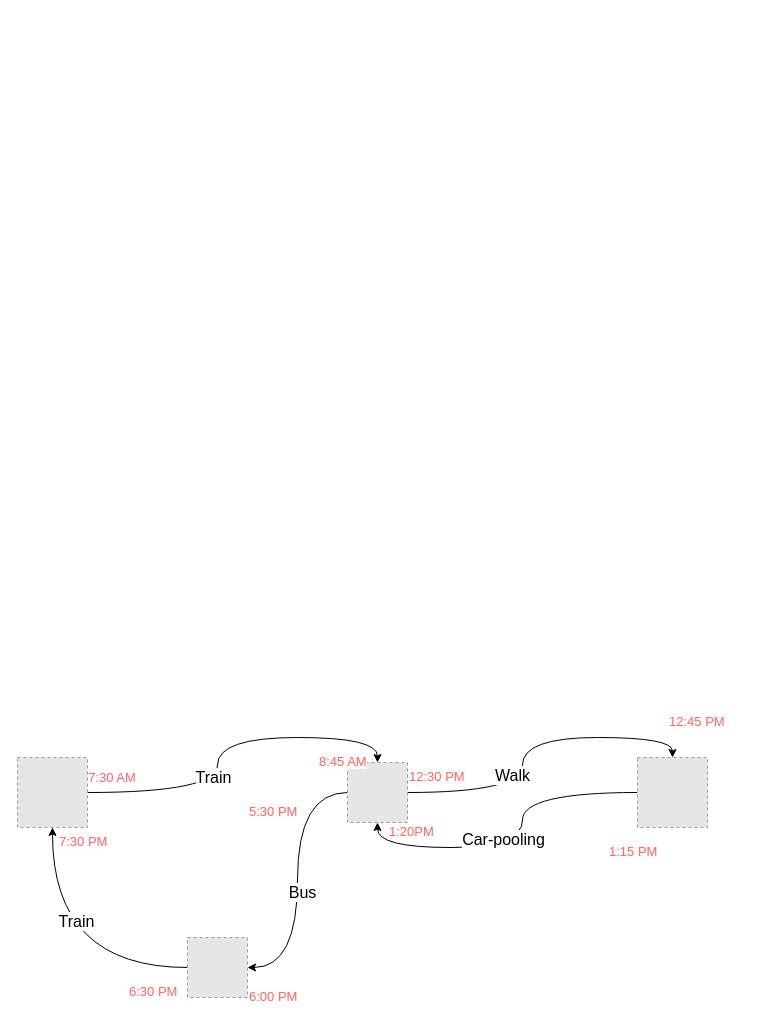
The draw.io diagram simple_BN_learn/ABM_example.drawio in bobkatla/PopSyn_Monash, before the edit. Source tidied: cells renumbered, new cells numbered last; positions are measured from the earlier drawing's top-left corner, leaving out a move shared by most shapes. Both pictures are drawn from the tidied source at 100%, with x=0, y=0 at pixel (17, 707). Pictures stored in the file or linked from it are replaced by grey dashed boxes.
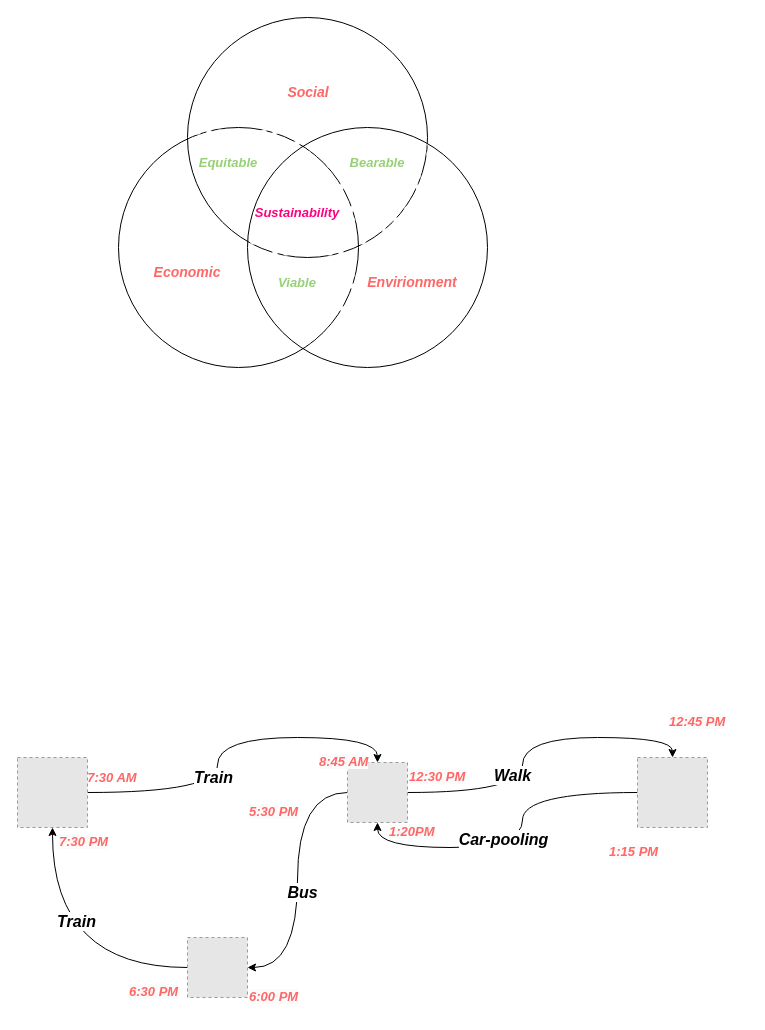
The same page after the edit.

Change to the diagram source:
```diff
@@
-    <mxCell id="2" style="edgeStyle=orthogonalEdgeStyle;jettySize=auto;html=1;entryX=0.5;entryY=0;entryDx=0;entryDy=0;curved=1;" parent="1" edge="1" source="4" target="9">
+    <mxCell id="2" style="edgeStyle=orthogonalEdgeStyle;jettySize=auto;html=1;entryX=0.5;entryY=0;entryDx=0;entryDy=0;curved=1;fontStyle=3;" parent="1" edge="1" source="4" target="9">
       <mxGeometry relative="1" as="geometry" />
     </mxCell>
-    <mxCell id="3" value="&lt;font style=&quot;font-size: 16px;&quot;&gt;Train&lt;/font&gt;" style="edgeLabel;html=1;align=center;verticalAlign=middle;" parent="2" vertex="1">
+    <mxCell id="3" value="&lt;font style=&quot;font-size: 16px;&quot;&gt;Train&lt;/font&gt;" style="edgeLabel;html=1;align=center;verticalAlign=middle;fontStyle=3;" parent="2" vertex="1">
       <mxGeometry x="-0.21" y="5" relative="1" as="geometry" />
     </mxCell>
-    <mxCell id="4" style="fillColor=#E6E6E6;strokeColor=#999999;dashed=1;html=1;verticalAlign=top;verticalLabelPosition=bottom;labelBackgroundColor=#ffffff;" parent="1" vertex="1">
+    <mxCell id="4" style="fillColor=#E6E6E6;strokeColor=#999999;dashed=1;html=1;verticalAlign=top;verticalLabelPosition=bottom;labelBackgroundColor=#ffffff;fontStyle=3;" parent="1" vertex="1">
       <mxGeometry y="50" width="70" height="70" as="geometry" />
     </mxCell>
-    <mxCell id="5" style="edgeStyle=orthogonalEdgeStyle;jettySize=auto;html=1;entryX=0.5;entryY=0;entryDx=0;entryDy=0;curved=1;" parent="1" edge="1" source="9" target="15">
+    <mxCell id="5" style="edgeStyle=orthogonalEdgeStyle;jettySize=auto;html=1;entryX=0.5;entryY=0;entryDx=0;entryDy=0;curved=1;fontStyle=3;" parent="1" edge="1" source="9" target="15">
       <mxGeometry relative="1" as="geometry" />
     </mxCell>
-    <mxCell id="6" value="&lt;font style=&quot;font-size: 16px;&quot;&gt;Walk&lt;/font&gt;" style="edgeLabel;html=1;align=center;verticalAlign=middle;" parent="5" vertex="1">
+    <mxCell id="6" value="&lt;font style=&quot;font-size: 16px;&quot;&gt;Walk&lt;/font&gt;" style="edgeLabel;html=1;align=center;verticalAlign=middle;fontStyle=3;" parent="5" vertex="1">
       <mxGeometry x="-0.22" y="11" relative="1" as="geometry" />
     </mxCell>
-    <mxCell id="7" style="edgeStyle=orthogonalEdgeStyle;jettySize=auto;html=1;entryX=1;entryY=0.5;entryDx=0;entryDy=0;curved=1;" parent="1" edge="1" source="9" target="12">
+    <mxCell id="7" style="edgeStyle=orthogonalEdgeStyle;jettySize=auto;html=1;entryX=1;entryY=0.5;entryDx=0;entryDy=0;curved=1;fontStyle=3;" parent="1" edge="1" source="9" target="12">
       <mxGeometry relative="1" as="geometry" />
     </mxCell>
-    <mxCell id="8" value="&lt;font style=&quot;font-size: 16px;&quot;&gt;Bus&lt;/font&gt;" style="edgeLabel;html=1;align=center;verticalAlign=middle;" parent="7" vertex="1">
+    <mxCell id="8" value="&lt;font style=&quot;font-size: 16px;&quot;&gt;Bus&lt;/font&gt;" style="edgeLabel;html=1;align=center;verticalAlign=middle;fontStyle=3;" parent="7" vertex="1">
       <mxGeometry x="0.08" y="4" relative="1" as="geometry" />
     </mxCell>
-    <mxCell id="9" style="fillColor=#E6E6E6;strokeColor=#999999;dashed=1;html=1;verticalAlign=top;verticalLabelPosition=bottom;labelBackgroundColor=#ffffff;" parent="1" vertex="1">
+    <mxCell id="9" style="fillColor=#E6E6E6;strokeColor=#999999;dashed=1;html=1;verticalAlign=top;verticalLabelPosition=bottom;labelBackgroundColor=#ffffff;fontStyle=3;" parent="1" vertex="1">
       <mxGeometry x="330" y="55" width="60" height="60" as="geometry" />
     </mxCell>
-    <mxCell id="10" style="edgeStyle=orthogonalEdgeStyle;jettySize=auto;html=1;entryX=0.5;entryY=1;entryDx=0;entryDy=0;curved=1;" parent="1" edge="1" source="12" target="4">
+    <mxCell id="10" style="edgeStyle=orthogonalEdgeStyle;jettySize=auto;html=1;entryX=0.5;entryY=1;entryDx=0;entryDy=0;curved=1;fontStyle=3;" parent="1" edge="1" source="12" target="4">
       <mxGeometry relative="1" as="geometry" />
     </mxCell>
-    <mxCell id="11" value="&lt;font style=&quot;font-size: 16px;&quot;&gt;Train&lt;/font&gt;" style="edgeLabel;html=1;align=center;verticalAlign=middle;" parent="10" vertex="1">
+    <mxCell id="11" value="&lt;font style=&quot;font-size: 16px;&quot;&gt;Train&lt;/font&gt;" style="edgeLabel;html=1;align=center;verticalAlign=middle;fontStyle=3;" parent="10" vertex="1">
       <mxGeometry x="0.32" y="-23" relative="1" as="geometry" />
     </mxCell>
-    <mxCell id="12" style="fillColor=#E6E6E6;strokeColor=#999999;dashed=1;html=1;verticalAlign=top;verticalLabelPosition=bottom;labelBackgroundColor=#ffffff;" parent="1" vertex="1">
+    <mxCell id="12" style="fillColor=#E6E6E6;strokeColor=#999999;dashed=1;html=1;verticalAlign=top;verticalLabelPosition=bottom;labelBackgroundColor=#ffffff;fontStyle=3;" parent="1" vertex="1">
       <mxGeometry x="170" y="230" width="60" height="60" as="geometry" />
     </mxCell>
-    <mxCell id="13" style="edgeStyle=orthogonalEdgeStyle;jettySize=auto;html=1;entryX=0.5;entryY=1;entryDx=0;entryDy=0;curved=1;" parent="1" edge="1" source="15" target="9">
+    <mxCell id="13" style="edgeStyle=orthogonalEdgeStyle;jettySize=auto;html=1;entryX=0.5;entryY=1;entryDx=0;entryDy=0;curved=1;fontStyle=3;" parent="1" edge="1" source="15" target="9">
       <mxGeometry relative="1" as="geometry" />
     </mxCell>
-    <mxCell id="14" value="&lt;font style=&quot;font-size: 16px;&quot;&gt;Car-pooling&lt;/font&gt;" style="edgeLabel;html=1;align=center;verticalAlign=middle;" parent="13" vertex="1">
+    <mxCell id="14" value="&lt;font style=&quot;font-size: 16px;&quot;&gt;Car-pooling&lt;/font&gt;" style="edgeLabel;html=1;align=center;verticalAlign=middle;fontStyle=3;" parent="13" vertex="1">
       <mxGeometry x="0.12" y="-9" relative="1" as="geometry" />
     </mxCell>
-    <mxCell id="15" style="fillColor=#E6E6E6;strokeColor=#999999;dashed=1;html=1;verticalAlign=top;verticalLabelPosition=bottom;labelBackgroundColor=#ffffff;" parent="1" vertex="1">
+    <mxCell id="15" style="fillColor=#E6E6E6;strokeColor=#999999;dashed=1;html=1;verticalAlign=top;verticalLabelPosition=bottom;labelBackgroundColor=#ffffff;fontStyle=3;" parent="1" vertex="1">
       <mxGeometry x="620" y="50" width="70" height="70" as="geometry" />
     </mxCell>
-    <mxCell id="16" value="&lt;font style=&quot;font-size: 13px;&quot; color=&quot;#ff6666&quot;&gt;7:30 AM&lt;/font&gt;" style="text;html=1;strokeColor=none;fillColor=none;align=center;verticalAlign=middle;whiteSpace=wrap;rounded=0;" parent="1" vertex="1">
+    <mxCell id="16" value="&lt;font style=&quot;font-size: 13px;&quot; color=&quot;#ff6666&quot;&gt;7:30 AM&lt;/font&gt;" style="text;html=1;strokeColor=none;fillColor=none;align=center;verticalAlign=middle;whiteSpace=wrap;rounded=0;fontStyle=3;" parent="1" vertex="1">
       <mxGeometry x="50" y="55" width="90" height="30" as="geometry" />
     </mxCell>
-    <mxCell id="17" value="&lt;span style=&quot;color: rgb(255, 102, 102); font-family: Helvetica; font-size: 13px; font-style: normal; font-variant-ligatures: normal; font-variant-caps: normal; font-weight: 400; letter-spacing: normal; orphans: 2; text-align: center; text-indent: 0px; text-transform: none; widows: 2; word-spacing: 0px; -webkit-text-stroke-width: 0px; background-color: rgb(251, 251, 251); text-decoration-thickness: initial; text-decoration-style: initial; text-decoration-color: initial; float: none; display: inline !important;&quot;&gt;8:45 AM&lt;/span&gt;" style="text;whiteSpace=wrap;html=1;" parent="1" vertex="1">
+    <mxCell id="17" value="&lt;span style=&quot;color: rgb(255, 102, 102); font-family: Helvetica; font-size: 13px; font-variant-ligatures: normal; font-variant-caps: normal; letter-spacing: normal; orphans: 2; text-align: center; text-indent: 0px; text-transform: none; widows: 2; word-spacing: 0px; -webkit-text-stroke-width: 0px; background-color: rgb(251, 251, 251); text-decoration-thickness: initial; text-decoration-style: initial; text-decoration-color: initial; float: none; display: inline !important;&quot;&gt;8:45 AM&lt;/span&gt;" style="text;whiteSpace=wrap;html=1;fontStyle=3;" parent="1" vertex="1">
       <mxGeometry x="300" y="40" width="80" height="40" as="geometry" />
     </mxCell>
-    <mxCell id="18" value="&lt;span style=&quot;color: rgb(255, 102, 102); font-family: Helvetica; font-size: 13px; font-style: normal; font-variant-ligatures: normal; font-variant-caps: normal; letter-spacing: normal; orphans: 2; text-align: center; text-indent: 0px; text-transform: none; widows: 2; word-spacing: 0px; -webkit-text-stroke-width: 0px; background-color: rgb(251, 251, 251); text-decoration-thickness: initial; text-decoration-style: initial; text-decoration-color: initial; float: none; display: inline !important; font-weight: normal;&quot;&gt;12:30 PM&lt;/span&gt;" style="text;whiteSpace=wrap;html=1;fontStyle=1;" parent="1" vertex="1">
+    <mxCell id="18" value="&lt;span style=&quot;color: rgb(255, 102, 102); font-family: Helvetica; font-size: 13px; font-variant-ligatures: normal; font-variant-caps: normal; letter-spacing: normal; orphans: 2; text-align: center; text-indent: 0px; text-transform: none; widows: 2; word-spacing: 0px; -webkit-text-stroke-width: 0px; background-color: rgb(251, 251, 251); text-decoration-thickness: initial; text-decoration-style: initial; text-decoration-color: initial; float: none; display: inline !important;&quot;&gt;12:30 PM&lt;/span&gt;" style="text;whiteSpace=wrap;html=1;fontStyle=3;" parent="1" vertex="1">
       <mxGeometry x="390" y="55" width="80" height="30" as="geometry" />
     </mxCell>
-    <mxCell id="19" value="&lt;span style=&quot;color: rgb(255, 102, 102); font-family: Helvetica; font-size: 13px; font-style: normal; font-variant-ligatures: normal; font-variant-caps: normal; letter-spacing: normal; orphans: 2; text-align: center; text-indent: 0px; text-transform: none; widows: 2; word-spacing: 0px; -webkit-text-stroke-width: 0px; background-color: rgb(251, 251, 251); text-decoration-thickness: initial; text-decoration-style: initial; text-decoration-color: initial; float: none; display: inline !important; font-weight: normal;&quot;&gt;12:45 PM&lt;/span&gt;" style="text;whiteSpace=wrap;html=1;fontStyle=1;" parent="1" vertex="1">
+    <mxCell id="19" value="&lt;span style=&quot;color: rgb(255, 102, 102); font-family: Helvetica; font-size: 13px; font-variant-ligatures: normal; font-variant-caps: normal; letter-spacing: normal; orphans: 2; text-align: center; text-indent: 0px; text-transform: none; widows: 2; word-spacing: 0px; -webkit-text-stroke-width: 0px; background-color: rgb(251, 251, 251); text-decoration-thickness: initial; text-decoration-style: initial; text-decoration-color: initial; float: none; display: inline !important;&quot;&gt;12:45 PM&lt;/span&gt;" style="text;whiteSpace=wrap;html=1;fontStyle=3;" parent="1" vertex="1">
       <mxGeometry x="650" width="80" height="30" as="geometry" />
     </mxCell>
-    <mxCell id="20" value="&lt;span style=&quot;color: rgb(255, 102, 102); font-family: Helvetica; font-size: 13px; font-style: normal; font-variant-ligatures: normal; font-variant-caps: normal; letter-spacing: normal; orphans: 2; text-align: center; text-indent: 0px; text-transform: none; widows: 2; word-spacing: 0px; -webkit-text-stroke-width: 0px; background-color: rgb(251, 251, 251); text-decoration-thickness: initial; text-decoration-style: initial; text-decoration-color: initial; float: none; display: inline !important; font-weight: normal;&quot;&gt;1:15 PM&lt;/span&gt;" style="text;whiteSpace=wrap;html=1;fontStyle=1;" parent="1" vertex="1">
+    <mxCell id="20" value="&lt;span style=&quot;color: rgb(255, 102, 102); font-family: Helvetica; font-size: 13px; font-variant-ligatures: normal; font-variant-caps: normal; letter-spacing: normal; orphans: 2; text-align: center; text-indent: 0px; text-transform: none; widows: 2; word-spacing: 0px; -webkit-text-stroke-width: 0px; background-color: rgb(251, 251, 251); text-decoration-thickness: initial; text-decoration-style: initial; text-decoration-color: initial; float: none; display: inline !important;&quot;&gt;1:15 PM&lt;/span&gt;" style="text;whiteSpace=wrap;html=1;fontStyle=3;" parent="1" vertex="1">
       <mxGeometry x="590" y="130" width="80" height="30" as="geometry" />
     </mxCell>
-    <mxCell id="21" value="&lt;span style=&quot;color: rgb(255, 102, 102); font-family: Helvetica; font-size: 13px; font-style: normal; font-variant-ligatures: normal; font-variant-caps: normal; letter-spacing: normal; orphans: 2; text-align: center; text-indent: 0px; text-transform: none; widows: 2; word-spacing: 0px; -webkit-text-stroke-width: 0px; background-color: rgb(251, 251, 251); text-decoration-thickness: initial; text-decoration-style: initial; text-decoration-color: initial; float: none; display: inline !important; font-weight: normal;&quot;&gt;1:20PM&lt;/span&gt;" style="text;whiteSpace=wrap;html=1;fontStyle=1;" parent="1" vertex="1">
+    <mxCell id="21" value="&lt;span style=&quot;color: rgb(255, 102, 102); font-family: Helvetica; font-size: 13px; font-variant-ligatures: normal; font-variant-caps: normal; letter-spacing: normal; orphans: 2; text-align: center; text-indent: 0px; text-transform: none; widows: 2; word-spacing: 0px; -webkit-text-stroke-width: 0px; background-color: rgb(251, 251, 251); text-decoration-thickness: initial; text-decoration-style: initial; text-decoration-color: initial; float: none; display: inline !important;&quot;&gt;1:20PM&lt;/span&gt;" style="text;whiteSpace=wrap;html=1;fontStyle=3;" parent="1" vertex="1">
       <mxGeometry x="370" y="110" width="80" height="30" as="geometry" />
     </mxCell>
-    <mxCell id="22" value="&lt;span style=&quot;color: rgb(255, 102, 102); font-family: Helvetica; font-size: 13px; font-style: normal; font-variant-ligatures: normal; font-variant-caps: normal; letter-spacing: normal; orphans: 2; text-align: center; text-indent: 0px; text-transform: none; widows: 2; word-spacing: 0px; -webkit-text-stroke-width: 0px; background-color: rgb(251, 251, 251); text-decoration-thickness: initial; text-decoration-style: initial; text-decoration-color: initial; float: none; display: inline !important; font-weight: normal;&quot;&gt;5:30 PM&lt;/span&gt;" style="text;whiteSpace=wrap;html=1;fontStyle=1;" parent="1" vertex="1">
+    <mxCell id="22" value="&lt;span style=&quot;color: rgb(255, 102, 102); font-family: Helvetica; font-size: 13px; font-variant-ligatures: normal; font-variant-caps: normal; letter-spacing: normal; orphans: 2; text-align: center; text-indent: 0px; text-transform: none; widows: 2; word-spacing: 0px; -webkit-text-stroke-width: 0px; background-color: rgb(251, 251, 251); text-decoration-thickness: initial; text-decoration-style: initial; text-decoration-color: initial; float: none; display: inline !important;&quot;&gt;5:30 PM&lt;/span&gt;" style="text;whiteSpace=wrap;html=1;fontStyle=3;" parent="1" vertex="1">
       <mxGeometry x="230" y="90" width="80" height="30" as="geometry" />
     </mxCell>
-    <mxCell id="23" value="&lt;span style=&quot;color: rgb(255, 102, 102); font-family: Helvetica; font-size: 13px; font-style: normal; font-variant-ligatures: normal; font-variant-caps: normal; letter-spacing: normal; orphans: 2; text-align: center; text-indent: 0px; text-transform: none; widows: 2; word-spacing: 0px; -webkit-text-stroke-width: 0px; background-color: rgb(251, 251, 251); text-decoration-thickness: initial; text-decoration-style: initial; text-decoration-color: initial; float: none; display: inline !important; font-weight: normal;&quot;&gt;6:00 PM&lt;/span&gt;" style="text;whiteSpace=wrap;html=1;fontStyle=1;" parent="1" vertex="1">
+    <mxCell id="23" value="&lt;span style=&quot;color: rgb(255, 102, 102); font-family: Helvetica; font-size: 13px; font-variant-ligatures: normal; font-variant-caps: normal; letter-spacing: normal; orphans: 2; text-align: center; text-indent: 0px; text-transform: none; widows: 2; word-spacing: 0px; -webkit-text-stroke-width: 0px; background-color: rgb(251, 251, 251); text-decoration-thickness: initial; text-decoration-style: initial; text-decoration-color: initial; float: none; display: inline !important;&quot;&gt;6:00 PM&lt;/span&gt;" style="text;whiteSpace=wrap;html=1;fontStyle=3;" parent="1" vertex="1">
       <mxGeometry x="230" y="275" width="80" height="30" as="geometry" />
     </mxCell>
-    <mxCell id="24" value="&lt;span style=&quot;color: rgb(255, 102, 102); font-family: Helvetica; font-size: 13px; font-style: normal; font-variant-ligatures: normal; font-variant-caps: normal; letter-spacing: normal; orphans: 2; text-align: center; text-indent: 0px; text-transform: none; widows: 2; word-spacing: 0px; -webkit-text-stroke-width: 0px; background-color: rgb(251, 251, 251); text-decoration-thickness: initial; text-decoration-style: initial; text-decoration-color: initial; float: none; display: inline !important; font-weight: normal;&quot;&gt;6:30 PM&lt;/span&gt;" style="text;whiteSpace=wrap;html=1;fontStyle=1;" parent="1" vertex="1">
+    <mxCell id="24" value="&lt;span style=&quot;color: rgb(255, 102, 102); font-family: Helvetica; font-size: 13px; font-variant-ligatures: normal; font-variant-caps: normal; letter-spacing: normal; orphans: 2; text-align: center; text-indent: 0px; text-transform: none; widows: 2; word-spacing: 0px; -webkit-text-stroke-width: 0px; background-color: rgb(251, 251, 251); text-decoration-thickness: initial; text-decoration-style: initial; text-decoration-color: initial; float: none; display: inline !important;&quot;&gt;6:30 PM&lt;/span&gt;" style="text;whiteSpace=wrap;html=1;fontStyle=3;" parent="1" vertex="1">
       <mxGeometry x="110" y="270" width="80" height="30" as="geometry" />
     </mxCell>
-    <mxCell id="25" value="&lt;span style=&quot;color: rgb(255, 102, 102); font-family: Helvetica; font-size: 13px; font-style: normal; font-variant-ligatures: normal; font-variant-caps: normal; letter-spacing: normal; orphans: 2; text-align: center; text-indent: 0px; text-transform: none; widows: 2; word-spacing: 0px; -webkit-text-stroke-width: 0px; background-color: rgb(251, 251, 251); text-decoration-thickness: initial; text-decoration-style: initial; text-decoration-color: initial; float: none; display: inline !important; font-weight: normal;&quot;&gt;7:30 PM&lt;/span&gt;" style="text;whiteSpace=wrap;html=1;fontStyle=1;" parent="1" vertex="1">
+    <mxCell id="25" value="&lt;span style=&quot;color: rgb(255, 102, 102); font-family: Helvetica; font-size: 13px; font-variant-ligatures: normal; font-variant-caps: normal; letter-spacing: normal; orphans: 2; text-align: center; text-indent: 0px; text-transform: none; widows: 2; word-spacing: 0px; -webkit-text-stroke-width: 0px; background-color: rgb(251, 251, 251); text-decoration-thickness: initial; text-decoration-style: initial; text-decoration-color: initial; float: none; display: inline !important;&quot;&gt;7:30 PM&lt;/span&gt;" style="text;whiteSpace=wrap;html=1;fontStyle=3;" parent="1" vertex="1">
       <mxGeometry x="40" y="120" width="80" height="30" as="geometry" />
     </mxCell>
+    <mxCell id="26" style="ellipse;whiteSpace=wrap;html=1;gradientColor=none;fillStyle=dots;fontStyle=3;" parent="1" vertex="1">
+      <mxGeometry x="101" y="-580" width="240" height="240" as="geometry" />
+    </mxCell>
+    <mxCell id="27" style="ellipse;whiteSpace=wrap;html=1;gradientColor=none;fillStyle=dots;fontStyle=3;" parent="1" vertex="1">
+      <mxGeometry x="170" y="-690" width="240" height="240" as="geometry" />
+    </mxCell>
+    <mxCell id="28" style="ellipse;whiteSpace=wrap;html=1;gradientColor=none;fillStyle=dots;fontStyle=3;" parent="1" vertex="1">
+      <mxGeometry x="230" y="-580" width="240" height="240" as="geometry" />
+    </mxCell>
+    <mxCell id="29" value="&lt;font color=&quot;#ff0080&quot; style=&quot;font-size: 13px;&quot;&gt;Sustainability&lt;/font&gt;" style="text;html=1;strokeColor=none;fillColor=none;align=center;verticalAlign=middle;whiteSpace=wrap;rounded=0;fontStyle=3;" parent="1" vertex="1">
+      <mxGeometry x="250" y="-510" width="60" height="30" as="geometry" />
+    </mxCell>
+    <mxCell id="30" value="&lt;font color=&quot;#ff6666&quot; style=&quot;font-size: 14px;&quot;&gt;&lt;b&gt;&lt;i&gt;Social&lt;/i&gt;&lt;/b&gt;&lt;/font&gt;" style="text;html=1;strokeColor=none;fillColor=none;align=center;verticalAlign=middle;whiteSpace=wrap;rounded=0;" parent="1" vertex="1">
+      <mxGeometry x="261" y="-630" width="60" height="30" as="geometry" />
+    </mxCell>
+    <mxCell id="31" value="&lt;font color=&quot;#ff6666&quot; style=&quot;font-size: 14px;&quot;&gt;&lt;b&gt;&lt;i&gt;Envirionment&lt;/i&gt;&lt;/b&gt;&lt;/font&gt;" style="text;html=1;strokeColor=none;fillColor=none;align=center;verticalAlign=middle;whiteSpace=wrap;rounded=0;" parent="1" vertex="1">
+      <mxGeometry x="365" y="-440" width="60" height="30" as="geometry" />
+    </mxCell>
+    <mxCell id="32" value="&lt;font color=&quot;#ff6666&quot; style=&quot;font-size: 14px;&quot;&gt;&lt;i&gt;&lt;b&gt;Economic&lt;/b&gt;&lt;/i&gt;&lt;/font&gt;" style="text;html=1;strokeColor=none;fillColor=none;align=center;verticalAlign=middle;whiteSpace=wrap;rounded=0;" parent="1" vertex="1">
+      <mxGeometry x="140" y="-450" width="60" height="30" as="geometry" />
+    </mxCell>
+    <mxCell id="33" value="&lt;font color=&quot;#97d077&quot; style=&quot;font-size: 13px;&quot;&gt;&lt;b&gt;&lt;i&gt;Equitable&lt;/i&gt;&lt;/b&gt;&lt;/font&gt;" style="text;html=1;strokeColor=none;fillColor=none;align=center;verticalAlign=middle;whiteSpace=wrap;rounded=0;" parent="1" vertex="1">
+      <mxGeometry x="181" y="-560" width="60" height="30" as="geometry" />
+    </mxCell>
+    <mxCell id="34" value="&lt;font color=&quot;#97d077&quot; style=&quot;font-size: 13px;&quot;&gt;&lt;b&gt;&lt;i&gt;Bearable&lt;/i&gt;&lt;/b&gt;&lt;/font&gt;" style="text;html=1;strokeColor=none;fillColor=none;align=center;verticalAlign=middle;whiteSpace=wrap;rounded=0;" parent="1" vertex="1">
+      <mxGeometry x="330" y="-560" width="60" height="30" as="geometry" />
+    </mxCell>
+    <mxCell id="35" value="&lt;font color=&quot;#97d077&quot;&gt;&lt;span style=&quot;font-size: 13px;&quot;&gt;&lt;b&gt;&lt;i&gt;Viable&lt;/i&gt;&lt;/b&gt;&lt;/span&gt;&lt;/font&gt;" style="text;html=1;strokeColor=none;fillColor=none;align=center;verticalAlign=middle;whiteSpace=wrap;rounded=0;" parent="1" vertex="1">
+      <mxGeometry x="250" y="-440" width="60" height="30" as="geometry" />
+    </mxCell>
```
